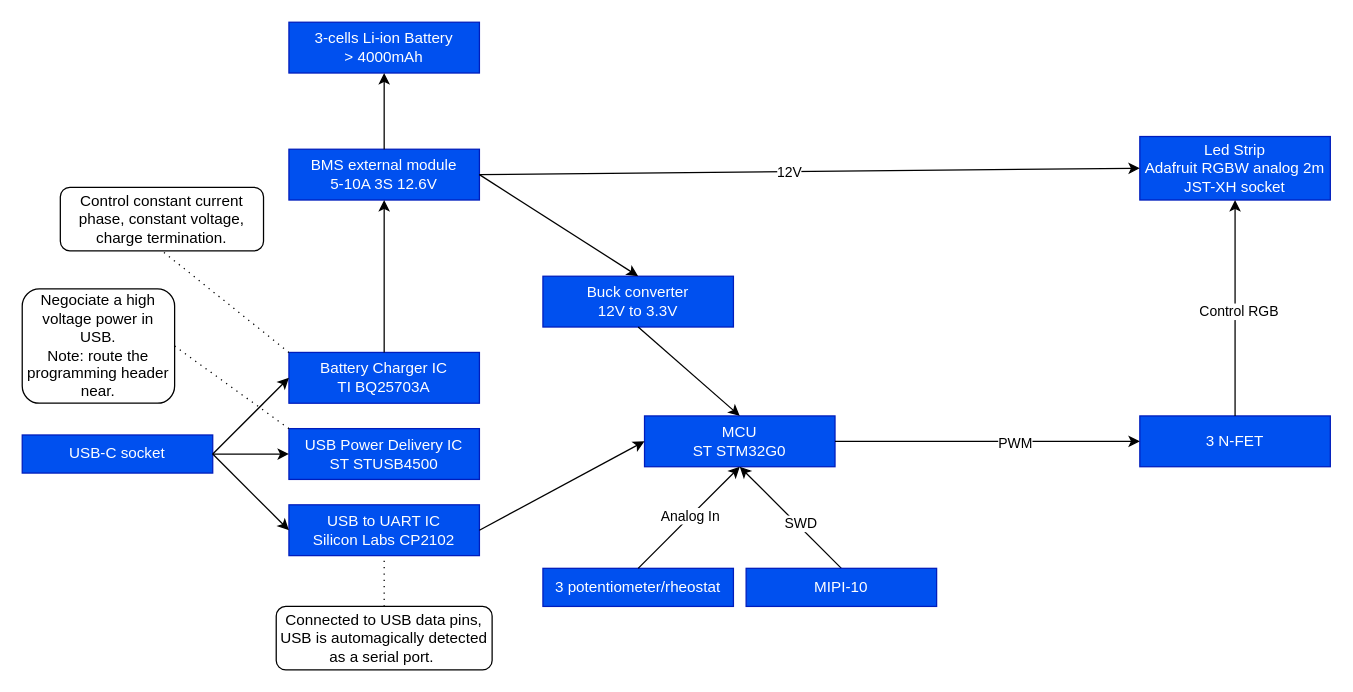
Before: hardware/hardware_architecture_design.drawio in leonmariotto/ledstrip, a draw.io diagram. Source tidied: cells renumbered, new cells numbered last; positions are measured from the earlier drawing's top-left corner, leaving out a move shared by most shapes. Both pictures are drawn from the tidied source at 127%, with x=0, y=0 at pixel (22, 22).
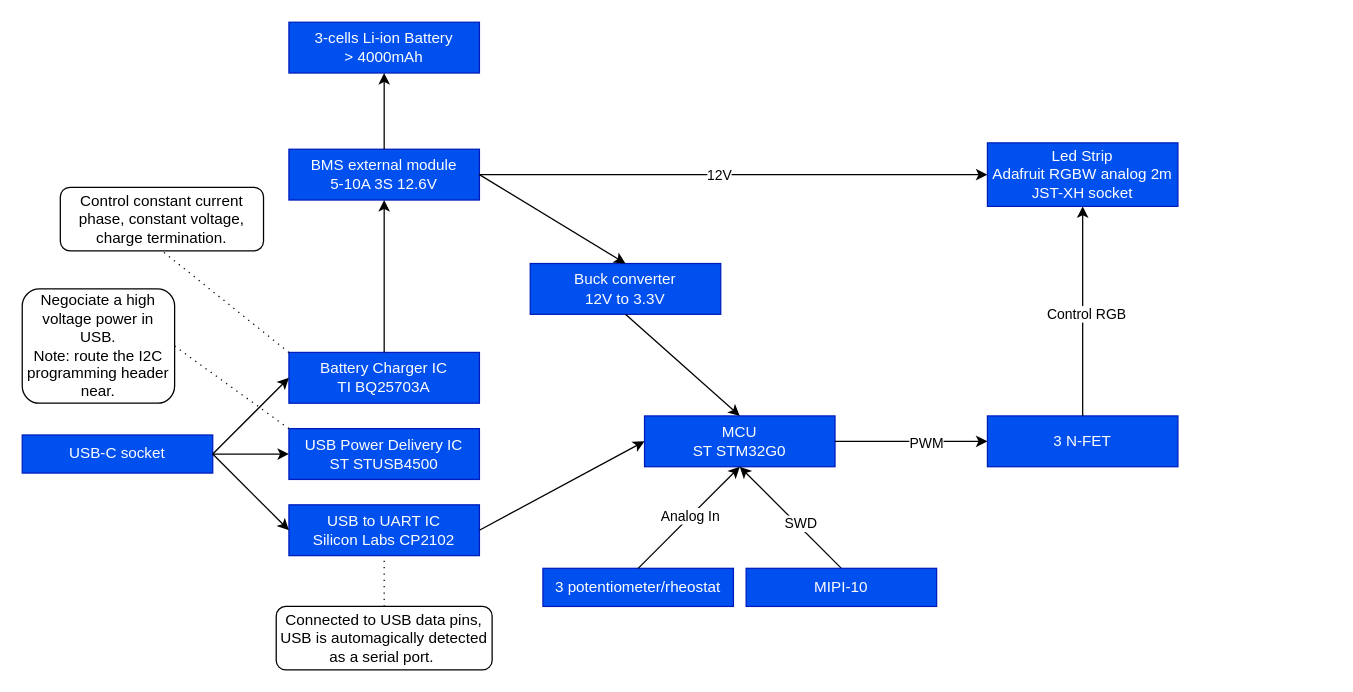
After the change.

Diff of the diagram source:
```diff
@@
-    <mxCell id="7" value="Negociate a high voltage power in USB.&lt;div&gt;Note: route the programming header near.&lt;/div&gt;" style="rounded=1;whiteSpace=wrap;html=1;" parent="1" vertex="1">
+    <mxCell id="7" value="Negociate a high voltage power in USB.&lt;div&gt;Note: route the I2C programming header near.&lt;/div&gt;" style="rounded=1;whiteSpace=wrap;html=1;" parent="1" vertex="1">
       <mxGeometry y="210" width="120" height="90" as="geometry" />
     </mxCell>
@@
     <mxCell id="12" value="&lt;div&gt;&lt;span style=&quot;color: light-dark(rgb(255, 255, 255), rgb(255, 255, 255)); background-color: transparent;&quot;&gt;Led Strip&lt;/span&gt;&lt;/div&gt;&lt;div&gt;&lt;span style=&quot;color: light-dark(rgb(255, 255, 255), rgb(255, 255, 255)); background-color: transparent;&quot;&gt;Adafruit RGBW analog 2m&lt;/span&gt;&lt;/div&gt;&lt;div&gt;&lt;span style=&quot;color: light-dark(rgb(255, 255, 255), rgb(255, 255, 255)); background-color: transparent;&quot;&gt;JST-XH socket&lt;/span&gt;&lt;/div&gt;" style="rounded=0;whiteSpace=wrap;html=1;fillColor=#0050ef;fontColor=#ffffff;strokeColor=#001DBC;" parent="1" vertex="1">
-      <mxGeometry x="880" y="90" width="150" height="50" as="geometry" />
+      <mxGeometry x="760" y="95" width="150" height="50" as="geometry" />
     </mxCell>
     <mxCell id="13" value="&lt;span style=&quot;background-color: transparent; color: light-dark(rgb(255, 255, 255), rgb(255, 255, 255));&quot;&gt;3 N-FET&lt;/span&gt;&lt;br&gt;&lt;span style=&quot;background-color: transparent; color: light-dark(rgb(255, 255, 255), rgb(255, 255, 255));&quot;&gt;&lt;/span&gt;" style="rounded=0;whiteSpace=wrap;html=1;fillColor=#0050ef;fontColor=#ffffff;strokeColor=#001DBC;" parent="1" vertex="1">
-      <mxGeometry x="880" y="310" width="150" height="40" as="geometry" />
+      <mxGeometry x="760" y="310" width="150" height="40" as="geometry" />
     </mxCell>
@@
     <mxCell id="15" value="&lt;div&gt;&lt;span style=&quot;color: light-dark(rgb(255, 255, 255), rgb(255, 255, 255)); background-color: transparent;&quot;&gt;Buck converter&lt;/span&gt;&lt;/div&gt;&lt;div&gt;&lt;font color=&quot;#ffffff&quot;&gt;12V to 3.3V&lt;/font&gt;&lt;/div&gt;" style="rounded=0;whiteSpace=wrap;html=1;fillColor=#0050ef;fontColor=#ffffff;strokeColor=#001DBC;" parent="1" vertex="1">
-      <mxGeometry x="410" y="200" width="150" height="40" as="geometry" />
+      <mxGeometry x="400" y="190" width="150" height="40" as="geometry" />
     </mxCell>
```
